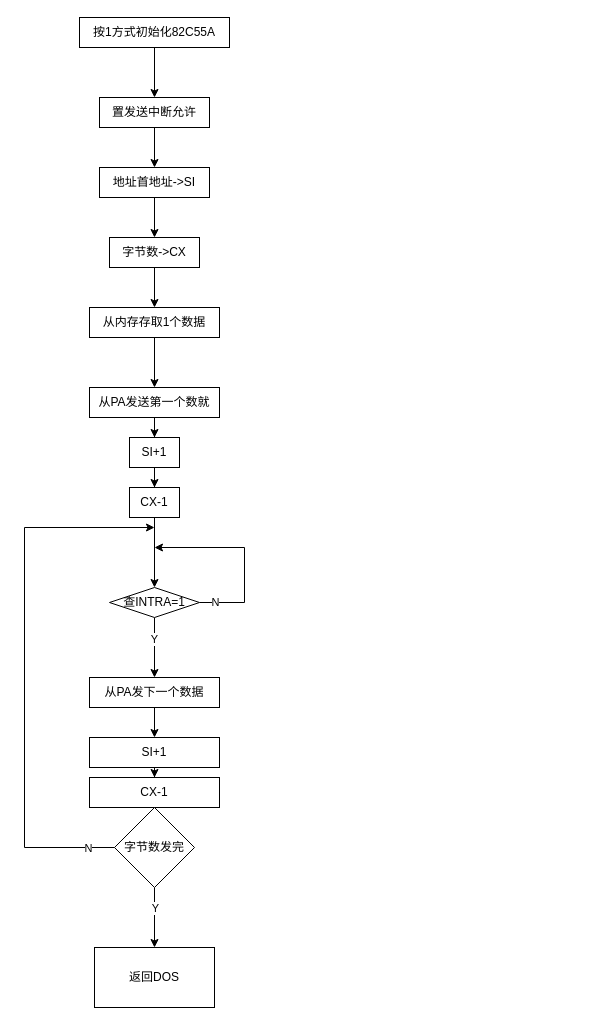
shiya-she/picture keeps this draw.io diagram as 流程图.drawio. Above is the earlier version. Source tidied: cells renumbered, new cells numbered last; positions are measured from the earlier drawing's top-left corner, leaving out a move shared by most shapes. Both pictures are drawn from the tidied source at 100%, with x=0, y=0 at pixel (24, 17).
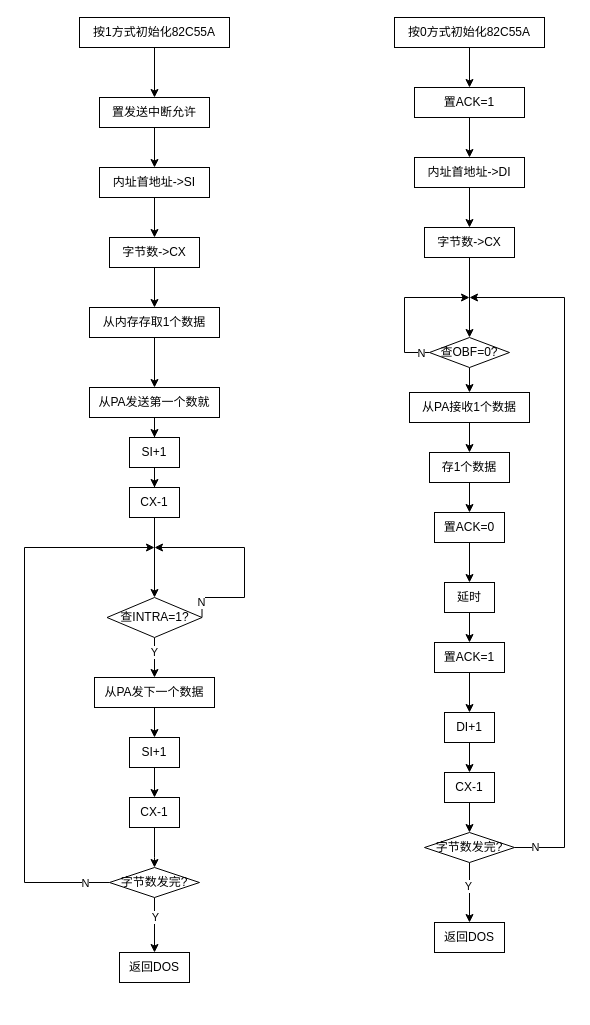
The same page after the edit.

Commit message (it also covers changes not shown here):
更新流程图.drawio

The edit, as a diff of the source:
```diff
@@
-    <mxCell id="7" value="地址首地址-&amp;gt;SI" style="whiteSpace=wrap;html=1;rounded=0;flipV=1;flipH=1;" parent="1" vertex="1">
+    <mxCell id="7" value="内址首地址-&amp;gt;SI" style="whiteSpace=wrap;html=1;rounded=0;flipV=1;flipH=1;" parent="1" vertex="1">
       <mxGeometry x="75" y="150" width="110" height="30" as="geometry" />
     </mxCell>
@@
     <mxCell id="19" value="从PA发下一个数据" style="whiteSpace=wrap;html=1;rounded=0;" parent="1" vertex="1">
-      <mxGeometry x="65" y="660" width="130" height="30" as="geometry" />
+      <mxGeometry x="70" y="660" width="120" height="30" as="geometry" />
     </mxCell>
@@
-    <mxCell id="22" value="查INTRA=1" style="rhombus;whiteSpace=wrap;html=1;rounded=0;" parent="1" vertex="1">
-      <mxGeometry x="85" y="570" width="90" height="30" as="geometry" />
+    <mxCell id="22" value="查INTRA=1?" style="rhombus;whiteSpace=wrap;html=1;rounded=0;" parent="1" vertex="1">
+      <mxGeometry x="82.5" y="580" width="95" height="40" as="geometry" />
     </mxCell>
@@
     <mxCell id="24" value="SI+1" style="whiteSpace=wrap;html=1;rounded=0;" parent="1" vertex="1">
-      <mxGeometry x="65" y="720" width="130" height="30" as="geometry" />
+      <mxGeometry x="105" y="720" width="50" height="30" as="geometry" />
     </mxCell>
     <mxCell id="25" style="edgeStyle=orthogonalEdgeStyle;rounded=0;jettySize=auto;html=1;" parent="1" edge="1" source="26" target="29">
-      <mxGeometry relative="1" as="geometry" />
+      <mxGeometry relative="1" as="geometry">
+        <Array as="points">
+          <mxPoint x="130" y="840" />
+          <mxPoint x="130" y="840" />
+        </Array>
+      </mxGeometry>
     </mxCell>
     <mxCell id="26" value="CX-1" style="whiteSpace=wrap;html=1;rounded=0;" parent="1" vertex="1">
-      <mxGeometry x="65" y="760" width="130" height="30" as="geometry" />
+      <mxGeometry x="105" y="780" width="50" height="30" as="geometry" />
     </mxCell>
@@
-    <mxCell id="29" value="字节数发完" style="rhombus;whiteSpace=wrap;html=1;rounded=0;" parent="1" vertex="1">
-      <mxGeometry x="90" y="790" width="80" height="80" as="geometry" />
+    <mxCell id="29" value="字节数发完?" style="rhombus;whiteSpace=wrap;html=1;rounded=0;" parent="1" vertex="1">
+      <mxGeometry x="85" y="850" width="90" height="30" as="geometry" />
     </mxCell>
     <mxCell id="30" value="返回DOS" style="whiteSpace=wrap;html=1;rounded=0;" parent="1" vertex="1">
-      <mxGeometry x="70" y="930" width="120" height="60" as="geometry" />
+      <mxGeometry x="95" y="935" width="70" height="30" as="geometry" />
     </mxCell>
-    <mxCell id="31" style="endArrow=classic;html=1;rounded=0;edgeStyle=orthogonalEdgeStyle;exitX=0;exitY=0.5;exitDx=0;exitDy=0;startArrow=none;startFill=0;" parent="1" edge="1" source="29">
-      <mxGeometry relative="1" as="geometry">
-        <mxPoint x="130" y="510" as="targetPoint" />
-        <Array as="points">
-          <mxPoint y="830" />
-          <mxPoint y="510" />
-        </Array>
-      </mxGeometry>
-    </mxCell>
-    <mxCell id="32" value="N" style="edgeLabel;html=1;align=center;verticalAlign=middle;" parent="31" vertex="1">
-      <mxGeometry x="-0.9" relative="1" as="geometry" />
-    </mxCell>
     <mxCell id="33" style="endArrow=classic;html=1;rounded=0;exitX=1;exitY=0.5;exitDx=0;exitDy=0;edgeStyle=orthogonalEdgeStyle;elbow=vertical;endFill=1;" parent="1" edge="1" source="22">
       <mxGeometry relative="1" as="geometry">
         <mxPoint x="130" y="530" as="targetPoint" />
         <Array as="points">
-          <mxPoint x="220" y="585" />
+          <mxPoint x="220" y="580" />
           <mxPoint x="220" y="530" />
         </Array>
       </mxGeometry>
     </mxCell>
@@
+    <mxCell id="35" style="edgeStyle=orthogonalEdgeStyle;rounded=0;jettySize=auto;html=1;" parent="1" edge="1" source="36" target="38">
+      <mxGeometry relative="1" as="geometry" />
+    </mxCell>
+    <mxCell id="36" value="按0方式初始化82C55A" style="rounded=0;whiteSpace=wrap;html=1;" parent="1" vertex="1">
+      <mxGeometry x="370" width="150" height="30" as="geometry" />
+    </mxCell>
+    <mxCell id="37" style="edgeStyle=orthogonalEdgeStyle;rounded=0;jettySize=auto;html=1;" parent="1" edge="1" source="38" target="40">
+      <mxGeometry relative="1" as="geometry" />
+    </mxCell>
+    <mxCell id="38" value="置ACK=1" style="whiteSpace=wrap;html=1;rounded=0;" parent="1" vertex="1">
+      <mxGeometry x="390" y="70" width="110" height="30" as="geometry" />
+    </mxCell>
+    <mxCell id="39" style="edgeStyle=orthogonalEdgeStyle;rounded=0;jettySize=auto;html=1;" parent="1" edge="1" source="40" target="42">
+      <mxGeometry relative="1" as="geometry" />
+    </mxCell>
+    <mxCell id="40" value="内址首地址-&amp;gt;DI" style="whiteSpace=wrap;html=1;rounded=0;flipV=1;flipH=1;" parent="1" vertex="1">
+      <mxGeometry x="390" y="140" width="110" height="30" as="geometry" />
+    </mxCell>
+    <mxCell id="41" style="edgeStyle=orthogonalEdgeStyle;rounded=0;jettySize=auto;html=1;entryX=0.5;entryY=0;entryDx=0;entryDy=0;startArrow=none;startFill=0;endArrow=classic;endFill=1;elbow=vertical;" parent="1" edge="1" source="42" target="44">
+      <mxGeometry relative="1" as="geometry" />
+    </mxCell>
+    <mxCell id="42" value="字节数-&amp;gt;CX" style="whiteSpace=wrap;html=1;rounded=0;flipV=1;flipH=1;" parent="1" vertex="1">
+      <mxGeometry x="400" y="210" width="90" height="30" as="geometry" />
+    </mxCell>
+    <mxCell id="43" style="edgeStyle=orthogonalEdgeStyle;rounded=0;jettySize=auto;html=1;startArrow=none;startFill=0;endArrow=classic;endFill=1;elbow=vertical;" parent="1" edge="1" source="44" target="48">
+      <mxGeometry relative="1" as="geometry" />
+    </mxCell>
+    <mxCell id="44" value="查OBF=0?" style="rhombus;whiteSpace=wrap;html=1;rounded=0;" parent="1" vertex="1">
+      <mxGeometry x="405" y="320" width="80" height="30" as="geometry" />
+    </mxCell>
+    <mxCell id="45" style="endArrow=classic;html=1;rounded=0;elbow=vertical;exitX=0;exitY=0.5;exitDx=0;exitDy=0;edgeStyle=orthogonalEdgeStyle;endFill=1;" parent="1" edge="1" source="29">
+      <mxGeometry relative="1" as="geometry">
+        <mxPoint x="130" y="530" as="targetPoint" />
+        <Array as="points">
+          <mxPoint y="865" />
+          <mxPoint y="530" />
+        </Array>
+      </mxGeometry>
+    </mxCell>
+    <mxCell id="46" value="N" style="edgeLabel;html=1;align=center;verticalAlign=middle;" parent="45" vertex="1">
+      <mxGeometry x="-0.91" relative="1" as="geometry" />
+    </mxCell>
+    <mxCell id="47" style="edgeStyle=orthogonalEdgeStyle;rounded=0;jettySize=auto;html=1;startArrow=none;startFill=0;endArrow=classic;endFill=1;elbow=vertical;" parent="1" edge="1" source="48" target="50">
+      <mxGeometry relative="1" as="geometry" />
+    </mxCell>
+    <mxCell id="48" value="从PA接收1个数据" style="whiteSpace=wrap;html=1;rounded=0;" parent="1" vertex="1">
+      <mxGeometry x="385" y="375" width="120" height="30" as="geometry" />
+    </mxCell>
+    <mxCell id="49" style="edgeStyle=orthogonalEdgeStyle;rounded=0;jettySize=auto;html=1;startArrow=none;startFill=0;endArrow=classic;endFill=1;elbow=vertical;" parent="1" edge="1" source="50" target="52">
+      <mxGeometry relative="1" as="geometry" />
+    </mxCell>
+    <mxCell id="50" value="存1个数据" style="whiteSpace=wrap;html=1;rounded=0;" parent="1" vertex="1">
+      <mxGeometry x="405" y="435" width="80" height="30" as="geometry" />
+    </mxCell>
+    <mxCell id="51" style="edgeStyle=orthogonalEdgeStyle;rounded=0;jettySize=auto;html=1;startArrow=none;startFill=0;endArrow=classic;endFill=1;elbow=vertical;" parent="1" edge="1" source="52" target="54">
+      <mxGeometry relative="1" as="geometry" />
+    </mxCell>
+    <mxCell id="52" value="置ACK=0" style="whiteSpace=wrap;html=1;rounded=0;" parent="1" vertex="1">
+      <mxGeometry x="410" y="495" width="70" height="30" as="geometry" />
+    </mxCell>
+    <mxCell id="53" style="edgeStyle=orthogonalEdgeStyle;rounded=0;jettySize=auto;html=1;startArrow=none;startFill=0;endArrow=classic;endFill=1;elbow=vertical;" parent="1" edge="1" source="54" target="56">
+      <mxGeometry relative="1" as="geometry" />
+    </mxCell>
+    <mxCell id="54" value="延时" style="whiteSpace=wrap;html=1;rounded=0;" parent="1" vertex="1">
+      <mxGeometry x="420" y="565" width="50" height="30" as="geometry" />
+    </mxCell>
+    <mxCell id="55" style="edgeStyle=orthogonalEdgeStyle;rounded=0;jettySize=auto;html=1;startArrow=none;startFill=0;endArrow=classic;endFill=1;elbow=vertical;" parent="1" edge="1" source="56" target="58">
+      <mxGeometry relative="1" as="geometry" />
+    </mxCell>
+    <mxCell id="56" value="置ACK=1" style="whiteSpace=wrap;html=1;rounded=0;" parent="1" vertex="1">
+      <mxGeometry x="410" y="625" width="70" height="30" as="geometry" />
+    </mxCell>
+    <mxCell id="57" style="edgeStyle=orthogonalEdgeStyle;rounded=0;jettySize=auto;html=1;startArrow=none;startFill=0;endArrow=classic;endFill=1;elbow=vertical;" parent="1" edge="1" source="58" target="60">
+      <mxGeometry relative="1" as="geometry" />
+    </mxCell>
+    <mxCell id="58" value="DI+1" style="whiteSpace=wrap;html=1;rounded=0;" parent="1" vertex="1">
+      <mxGeometry x="420" y="695" width="50" height="30" as="geometry" />
+    </mxCell>
+    <mxCell id="59" style="edgeStyle=orthogonalEdgeStyle;rounded=0;jettySize=auto;html=1;startArrow=none;startFill=0;endArrow=classic;endFill=1;elbow=vertical;" parent="1" edge="1" source="60" target="63">
+      <mxGeometry relative="1" as="geometry" />
+    </mxCell>
+    <mxCell id="60" value="CX-1" style="whiteSpace=wrap;html=1;rounded=0;" parent="1" vertex="1">
+      <mxGeometry x="420" y="755" width="50" height="30" as="geometry" />
+    </mxCell>
+    <mxCell id="61" style="edgeStyle=orthogonalEdgeStyle;rounded=0;jettySize=auto;html=1;startArrow=none;startFill=0;endArrow=classic;endFill=1;elbow=vertical;" parent="1" edge="1" source="63" target="64">
+      <mxGeometry relative="1" as="geometry" />
+    </mxCell>
+    <mxCell id="62" value="Y" style="edgeLabel;html=1;align=center;verticalAlign=middle;" parent="61" vertex="1">
+      <mxGeometry x="-0.23" y="-2" relative="1" as="geometry" />
+    </mxCell>
+    <mxCell id="63" value="字节数发完?" style="rhombus;whiteSpace=wrap;html=1;rounded=0;" parent="1" vertex="1">
+      <mxGeometry x="400" y="815" width="90" height="30" as="geometry" />
+    </mxCell>
+    <mxCell id="64" value="返回DOS" style="whiteSpace=wrap;html=1;rounded=0;" parent="1" vertex="1">
+      <mxGeometry x="410" y="905" width="70" height="30" as="geometry" />
+    </mxCell>
+    <mxCell id="65" style="endArrow=classic;html=1;rounded=0;elbow=vertical;exitX=0;exitY=0.5;exitDx=0;exitDy=0;edgeStyle=orthogonalEdgeStyle;" parent="1" edge="1" source="44">
+      <mxGeometry relative="1" as="geometry">
+        <mxPoint x="445" y="280" as="targetPoint" />
+        <Array as="points">
+          <mxPoint x="380" y="335" />
+          <mxPoint x="380" y="280" />
+        </Array>
+      </mxGeometry>
+    </mxCell>
+    <mxCell id="66" value="N" style="edgeLabel;html=1;align=center;verticalAlign=middle;" parent="65" vertex="1">
+      <mxGeometry x="-0.87" relative="1" as="geometry" />
+    </mxCell>
+    <mxCell id="67" value="N" style="endArrow=classic;html=1;rounded=0;elbow=vertical;exitX=1;exitY=0.5;exitDx=0;exitDy=0;endFill=1;edgeStyle=orthogonalEdgeStyle;" parent="1" edge="1" source="63">
+      <mxGeometry x="-0.94" relative="1" as="geometry">
+        <mxPoint x="445" y="280" as="targetPoint" />
+        <Array as="points">
+          <mxPoint x="540" y="830" />
+          <mxPoint x="540" y="280" />
+        </Array>
+      </mxGeometry>
+    </mxCell>
```
